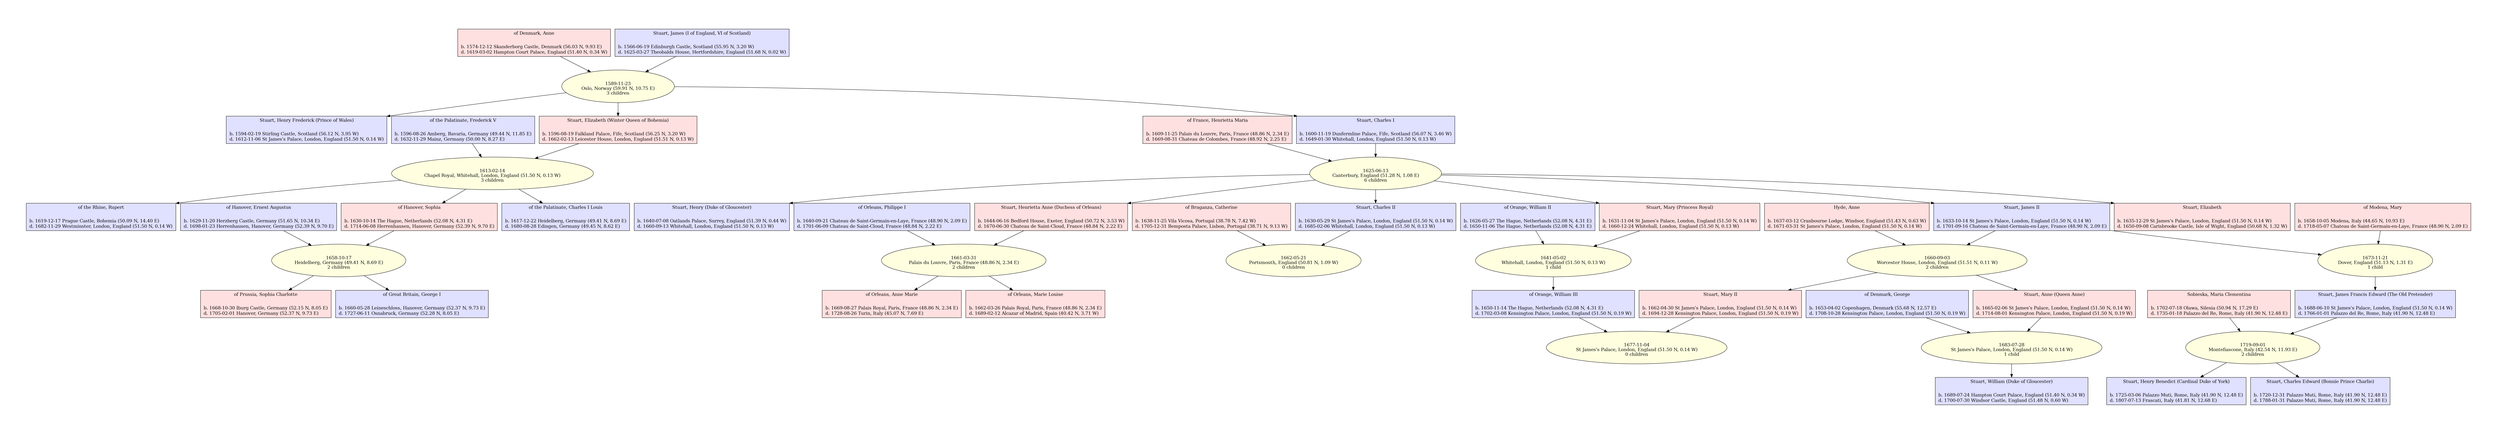
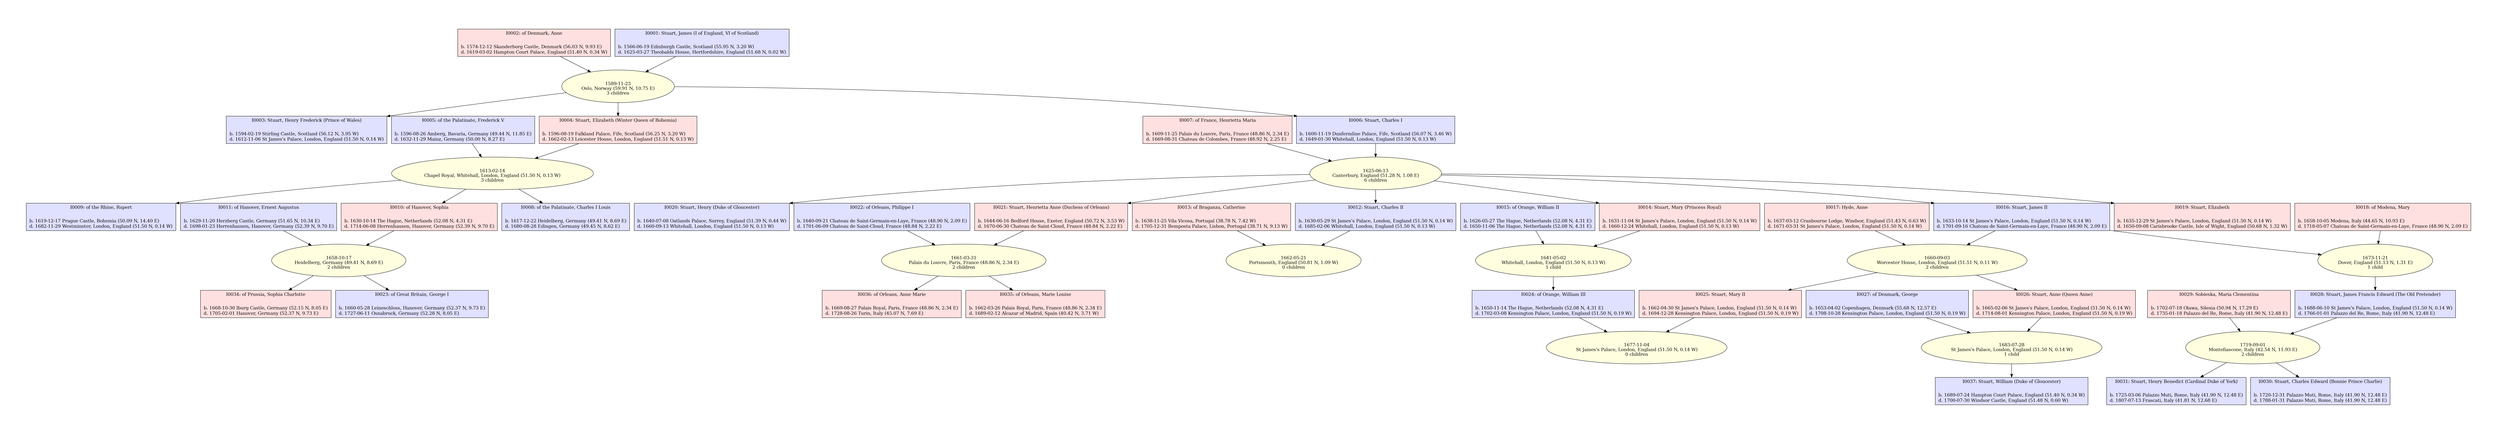
digraph GRAMPS_graph
{
  bgcolor=white;
  center="true";
  charset="utf8";
  concentrate="false";
  dpi="72";
  graph [fontsize=14];
  margin="1.00,1.00";
  mclimit="99";
  nodesep="0.20";
  outputorder="edgesfirst";
  pagedir="BL";
  rankdir="TB";
  ranksep="0.60";
  ratio="expand";
  searchsize="100";
  size="97.99,47.99";
  splines="true";

  edge [len=0.5 style=solid fontsize=14];
  node [style=filled fontsize=14];

# Number of people in database: 35
# Number of people of interest: 35
# Number of families in database: 12
# Number of families of interest: 12
# Additional people removed: 0
# Additional families removed: 0
# Initial list of people of interest:
# -> I0001, Stuart, James (I of England, VI of Scotland)
# -> I0023, of Great Britain, George I

-   "I0001" [ shape="box" fillcolor="#e0e0ff" style="solid,filled" all_marriages="F0001" label=<<TABLE BORDER="0" CELLSPACING="2" CELLPADDING="0" CELLBORDER="0"><TR><TD>Stuart, James (I of England, VI of Scotland)</TD></TR><TR><TD CELLPADDING="4"><BR/></TD></TR><TR><TD HREF="https://maps.google.com?q=55.9486,-3.1999" ALIGN="LEFT">b. 1566-06-19 Edinburgh Castle, Scotland (55.95 N, 3.20 W)</TD></TR><TR><TD HREF="https://maps.google.com?q=51.68,-0.02" ALIGN="LEFT">d. 1625-03-27 Theobalds House, Hertfordshire, England (51.68 N, 0.02 W)</TD></TR></TABLE>> ];
-   "I0002" [ shape="box" fillcolor="#ffe0e0" style="solid,filled" all_marriages="F0001" label=<<TABLE BORDER="0" CELLSPACING="2" CELLPADDING="0" CELLBORDER="0"><TR><TD>of Denmark, Anne</TD></TR><TR><TD CELLPADDING="4"><BR/></TD></TR><TR><TD HREF="https://maps.google.com?q=56.03,9.93" ALIGN="LEFT">b. 1574-12-12 Skanderborg Castle, Denmark (56.03 N, 9.93 E)</TD></TR><TR><TD HREF="https://maps.google.com?q=51.4039,-0.34" ALIGN="LEFT">d. 1619-03-02 Hampton Court Palace, England (51.40 N, 0.34 W)</TD></TR></TABLE>> ];
-   "I0003" [ shape="box" fillcolor="#e0e0ff" style="solid,filled" label=<<TABLE BORDER="0" CELLSPACING="2" CELLPADDING="0" CELLBORDER="0"><TR><TD>Stuart, Henry Frederick (Prince of Wales)</TD></TR><TR><TD CELLPADDING="4"><BR/></TD></TR><TR><TD HREF="https://maps.google.com?q=56.124,-3.948" ALIGN="LEFT">b. 1594-02-19 Stirling Castle, Scotland (56.12 N, 3.95 W)</TD></TR><TR><TD HREF="https://maps.google.com?q=51.5041,-0.1392" ALIGN="LEFT">d. 1612-11-06 St James's Palace, London, England (51.50 N, 0.14 W)</TD></TR></TABLE>> ];
-   "I0004" [ shape="box" fillcolor="#ffe0e0" style="solid,filled" all_marriages="F0002" label=<<TABLE BORDER="0" CELLSPACING="2" CELLPADDING="0" CELLBORDER="0"><TR><TD>Stuart, Elizabeth (Winter Queen of Bohemia)</TD></TR><TR><TD CELLPADDING="4"><BR/></TD></TR><TR><TD HREF="https://maps.google.com?q=56.25,-3.2" ALIGN="LEFT">b. 1596-08-19 Falkland Palace, Fife, Scotland (56.25 N, 3.20 W)</TD></TR><TR><TD HREF="https://maps.google.com?q=51.5116,-0.13" ALIGN="LEFT">d. 1662-02-13 Leicester House, London, England (51.51 N, 0.13 W)</TD></TR></TABLE>> ];
-   "I0005" [ shape="box" fillcolor="#e0e0ff" style="solid,filled" all_marriages="F0002" label=<<TABLE BORDER="0" CELLSPACING="2" CELLPADDING="0" CELLBORDER="0"><TR><TD>of the Palatinate, Frederick V</TD></TR><TR><TD CELLPADDING="4"><BR/></TD></TR><TR><TD HREF="https://maps.google.com?q=49.443,11.852" ALIGN="LEFT">b. 1596-08-26 Amberg, Bavaria, Germany (49.44 N, 11.85 E)</TD></TR><TR><TD HREF="https://maps.google.com?q=50.0,8.27" ALIGN="LEFT">d. 1632-11-29 Mainz, Germany (50.00 N, 8.27 E)</TD></TR></TABLE>> ];
-   "I0006" [ shape="box" fillcolor="#e0e0ff" style="solid,filled" all_marriages="F0003" label=<<TABLE BORDER="0" CELLSPACING="2" CELLPADDING="0" CELLBORDER="0"><TR><TD>Stuart, Charles I</TD></TR><TR><TD CELLPADDING="4"><BR/></TD></TR><TR><TD HREF="https://maps.google.com?q=56.07,-3.46" ALIGN="LEFT">b. 1600-11-19 Dunfermline Palace, Fife, Scotland (56.07 N, 3.46 W)</TD></TR><TR><TD HREF="https://maps.google.com?q=51.5033,-0.1276" ALIGN="LEFT">d. 1649-01-30 Whitehall, London, England (51.50 N, 0.13 W)</TD></TR></TABLE>> ];
-   "I0007" [ shape="box" fillcolor="#ffe0e0" style="solid,filled" all_marriages="F0003" label=<<TABLE BORDER="0" CELLSPACING="2" CELLPADDING="0" CELLBORDER="0"><TR><TD>of France, Henrietta Maria</TD></TR><TR><TD CELLPADDING="4"><BR/></TD></TR><TR><TD HREF="https://maps.google.com?q=48.8606,2.3376" ALIGN="LEFT">b. 1609-11-25 Palais du Louvre, Paris, France (48.86 N, 2.34 E)</TD></TR><TR><TD HREF="https://maps.google.com?q=48.92,2.25" ALIGN="LEFT">d. 1669-08-31 Chateau de Colombes, France (48.92 N, 2.25 E)</TD></TR></TABLE>> ];
-   "I0008" [ shape="box" fillcolor="#e0e0ff" style="solid,filled" label=<<TABLE BORDER="0" CELLSPACING="2" CELLPADDING="0" CELLBORDER="0"><TR><TD>of the Palatinate, Charles I Louis</TD></TR><TR><TD CELLPADDING="4"><BR/></TD></TR><TR><TD HREF="https://maps.google.com?q=49.4093,8.6941" ALIGN="LEFT">b. 1617-12-22 Heidelberg, Germany (49.41 N, 8.69 E)</TD></TR><TR><TD HREF="https://maps.google.com?q=49.45,8.62" ALIGN="LEFT">d. 1680-08-28 Edingen, Germany (49.45 N, 8.62 E)</TD></TR></TABLE>> ];
-   "I0009" [ shape="box" fillcolor="#e0e0ff" style="solid,filled" label=<<TABLE BORDER="0" CELLSPACING="2" CELLPADDING="0" CELLBORDER="0"><TR><TD>of the Rhine, Rupert</TD></TR><TR><TD CELLPADDING="4"><BR/></TD></TR><TR><TD HREF="https://maps.google.com?q=50.091,14.4" ALIGN="LEFT">b. 1619-12-17 Prague Castle, Bohemia (50.09 N, 14.40 E)</TD></TR><TR><TD HREF="https://maps.google.com?q=51.4975,-0.1357" ALIGN="LEFT">d. 1682-11-29 Westminster, London, England (51.50 N, 0.14 W)</TD></TR></TABLE>> ];
-   "I0010" [ shape="box" fillcolor="#ffe0e0" style="solid,filled" all_marriages="F0004" label=<<TABLE BORDER="0" CELLSPACING="2" CELLPADDING="0" CELLBORDER="0"><TR><TD>of Hanover, Sophia</TD></TR><TR><TD CELLPADDING="4"><BR/></TD></TR><TR><TD HREF="https://maps.google.com?q=52.08,4.31" ALIGN="LEFT">b. 1630-10-14 The Hague, Netherlands (52.08 N, 4.31 E)</TD></TR><TR><TD HREF="https://maps.google.com?q=52.39,9.7" ALIGN="LEFT">d. 1714-06-08 Herrenhausen, Hanover, Germany (52.39 N, 9.70 E)</TD></TR></TABLE>> ];
-   "I0011" [ shape="box" fillcolor="#e0e0ff" style="solid,filled" all_marriages="F0004" label=<<TABLE BORDER="0" CELLSPACING="2" CELLPADDING="0" CELLBORDER="0"><TR><TD>of Hanover, Ernest Augustus</TD></TR><TR><TD CELLPADDING="4"><BR/></TD></TR><TR><TD HREF="https://maps.google.com?q=51.65,10.34" ALIGN="LEFT">b. 1629-11-20 Herzberg Castle, Germany (51.65 N, 10.34 E)</TD></TR><TR><TD HREF="https://maps.google.com?q=52.39,9.7" ALIGN="LEFT">d. 1698-01-23 Herrenhausen, Hanover, Germany (52.39 N, 9.70 E)</TD></TR></TABLE>> ];
-   "I0012" [ shape="box" fillcolor="#e0e0ff" style="solid,filled" all_marriages="F0005" label=<<TABLE BORDER="0" CELLSPACING="2" CELLPADDING="0" CELLBORDER="0"><TR><TD>Stuart, Charles II</TD></TR><TR><TD CELLPADDING="4"><BR/></TD></TR><TR><TD HREF="https://maps.google.com?q=51.5041,-0.1392" ALIGN="LEFT">b. 1630-05-29 St James's Palace, London, England (51.50 N, 0.14 W)</TD></TR><TR><TD HREF="https://maps.google.com?q=51.5033,-0.1276" ALIGN="LEFT">d. 1685-02-06 Whitehall, London, England (51.50 N, 0.13 W)</TD></TR></TABLE>> ];
-   "I0013" [ shape="box" fillcolor="#ffe0e0" style="solid,filled" all_marriages="F0005" label=<<TABLE BORDER="0" CELLSPACING="2" CELLPADDING="0" CELLBORDER="0"><TR><TD>of Braganza, Catherine</TD></TR><TR><TD CELLPADDING="4"><BR/></TD></TR><TR><TD HREF="https://maps.google.com?q=38.78,-7.42" ALIGN="LEFT">b. 1638-11-25 Vila Vicosa, Portugal (38.78 N, 7.42 W)</TD></TR><TR><TD HREF="https://maps.google.com?q=38.71,-9.13" ALIGN="LEFT">d. 1705-12-31 Bemposta Palace, Lisbon, Portugal (38.71 N, 9.13 W)</TD></TR></TABLE>> ];
-   "I0014" [ shape="box" fillcolor="#ffe0e0" style="solid,filled" all_marriages="F0006" label=<<TABLE BORDER="0" CELLSPACING="2" CELLPADDING="0" CELLBORDER="0"><TR><TD>Stuart, Mary (Princess Royal)</TD></TR><TR><TD CELLPADDING="4"><BR/></TD></TR><TR><TD HREF="https://maps.google.com?q=51.5041,-0.1392" ALIGN="LEFT">b. 1631-11-04 St James's Palace, London, England (51.50 N, 0.14 W)</TD></TR><TR><TD HREF="https://maps.google.com?q=51.5033,-0.1276" ALIGN="LEFT">d. 1660-12-24 Whitehall, London, England (51.50 N, 0.13 W)</TD></TR></TABLE>> ];
-   "I0015" [ shape="box" fillcolor="#e0e0ff" style="solid,filled" all_marriages="F0006" label=<<TABLE BORDER="0" CELLSPACING="2" CELLPADDING="0" CELLBORDER="0"><TR><TD>of Orange, William II</TD></TR><TR><TD CELLPADDING="4"><BR/></TD></TR><TR><TD HREF="https://maps.google.com?q=52.08,4.31" ALIGN="LEFT">b. 1626-05-27 The Hague, Netherlands (52.08 N, 4.31 E)</TD></TR><TR><TD HREF="https://maps.google.com?q=52.08,4.31" ALIGN="LEFT">d. 1650-11-06 The Hague, Netherlands (52.08 N, 4.31 E)</TD></TR></TABLE>> ];
-   "I0016" [ shape="box" fillcolor="#e0e0ff" style="solid,filled" all_marriages="F0007, F0008" label=<<TABLE BORDER="0" CELLSPACING="2" CELLPADDING="0" CELLBORDER="0"><TR><TD>Stuart, James II</TD></TR><TR><TD CELLPADDING="4"><BR/></TD></TR><TR><TD HREF="https://maps.google.com?q=51.5041,-0.1392" ALIGN="LEFT">b. 1633-10-14 St James's Palace, London, England (51.50 N, 0.14 W)</TD></TR><TR><TD HREF="https://maps.google.com?q=48.8987,2.093" ALIGN="LEFT">d. 1701-09-16 Chateau de Saint-Germain-en-Laye, France (48.90 N, 2.09 E)</TD></TR></TABLE>> ];
-   "I0017" [ shape="box" fillcolor="#ffe0e0" style="solid,filled" all_marriages="F0007" label=<<TABLE BORDER="0" CELLSPACING="2" CELLPADDING="0" CELLBORDER="0"><TR><TD>Hyde, Anne</TD></TR><TR><TD CELLPADDING="4"><BR/></TD></TR><TR><TD HREF="https://maps.google.com?q=51.43,-0.63" ALIGN="LEFT">b. 1637-03-12 Cranbourne Lodge, Windsor, England (51.43 N, 0.63 W)</TD></TR><TR><TD HREF="https://maps.google.com?q=51.5041,-0.1392" ALIGN="LEFT">d. 1671-03-31 St James's Palace, London, England (51.50 N, 0.14 W)</TD></TR></TABLE>> ];
-   "I0018" [ shape="box" fillcolor="#ffe0e0" style="solid,filled" all_marriages="F0008" label=<<TABLE BORDER="0" CELLSPACING="2" CELLPADDING="0" CELLBORDER="0"><TR><TD>of Modena, Mary</TD></TR><TR><TD CELLPADDING="4"><BR/></TD></TR><TR><TD HREF="https://maps.google.com?q=44.6471,10.9252" ALIGN="LEFT">b. 1658-10-05 Modena, Italy (44.65 N, 10.93 E)</TD></TR><TR><TD HREF="https://maps.google.com?q=48.8987,2.093" ALIGN="LEFT">d. 1718-05-07 Chateau de Saint-Germain-en-Laye, France (48.90 N, 2.09 E)</TD></TR></TABLE>> ];
-   "I0019" [ shape="box" fillcolor="#ffe0e0" style="solid,filled" label=<<TABLE BORDER="0" CELLSPACING="2" CELLPADDING="0" CELLBORDER="0"><TR><TD>Stuart, Elizabeth</TD></TR><TR><TD CELLPADDING="4"><BR/></TD></TR><TR><TD HREF="https://maps.google.com?q=51.5041,-0.1392" ALIGN="LEFT">b. 1635-12-29 St James's Palace, London, England (51.50 N, 0.14 W)</TD></TR><TR><TD HREF="https://maps.google.com?q=50.682,-1.322" ALIGN="LEFT">d. 1650-09-08 Carisbrooke Castle, Isle of Wight, England (50.68 N, 1.32 W)</TD></TR></TABLE>> ];
-   "I0020" [ shape="box" fillcolor="#e0e0ff" style="solid,filled" label=<<TABLE BORDER="0" CELLSPACING="2" CELLPADDING="0" CELLBORDER="0"><TR><TD>Stuart, Henry (Duke of Gloucester)</TD></TR><TR><TD CELLPADDING="4"><BR/></TD></TR><TR><TD HREF="https://maps.google.com?q=51.39,-0.44" ALIGN="LEFT">b. 1640-07-08 Oatlands Palace, Surrey, England (51.39 N, 0.44 W)</TD></TR><TR><TD HREF="https://maps.google.com?q=51.5033,-0.1276" ALIGN="LEFT">d. 1660-09-13 Whitehall, London, England (51.50 N, 0.13 W)</TD></TR></TABLE>> ];
-   "I0021" [ shape="box" fillcolor="#ffe0e0" style="solid,filled" all_marriages="F0009" label=<<TABLE BORDER="0" CELLSPACING="2" CELLPADDING="0" CELLBORDER="0"><TR><TD>Stuart, Henrietta Anne (Duchess of Orleans)</TD></TR><TR><TD CELLPADDING="4"><BR/></TD></TR><TR><TD HREF="https://maps.google.com?q=50.7236,-3.5339" ALIGN="LEFT">b. 1644-06-16 Bedford House, Exeter, England (50.72 N, 3.53 W)</TD></TR><TR><TD HREF="https://maps.google.com?q=48.842,2.219" ALIGN="LEFT">d. 1670-06-30 Chateau de Saint-Cloud, France (48.84 N, 2.22 E)</TD></TR></TABLE>> ];
-   "I0022" [ shape="box" fillcolor="#e0e0ff" style="solid,filled" all_marriages="F0009" label=<<TABLE BORDER="0" CELLSPACING="2" CELLPADDING="0" CELLBORDER="0"><TR><TD>of Orleans, Philippe I</TD></TR><TR><TD CELLPADDING="4"><BR/></TD></TR><TR><TD HREF="https://maps.google.com?q=48.8987,2.093" ALIGN="LEFT">b. 1640-09-21 Chateau de Saint-Germain-en-Laye, France (48.90 N, 2.09 E)</TD></TR><TR><TD HREF="https://maps.google.com?q=48.842,2.219" ALIGN="LEFT">d. 1701-06-09 Chateau de Saint-Cloud, France (48.84 N, 2.22 E)</TD></TR></TABLE>> ];
-   "I0023" [ shape="box" fillcolor="#e0e0ff" style="solid,filled" label=<<TABLE BORDER="0" CELLSPACING="2" CELLPADDING="0" CELLBORDER="0"><TR><TD>of Great Britain, George I</TD></TR><TR><TD CELLPADDING="4"><BR/></TD></TR><TR><TD HREF="https://maps.google.com?q=52.37,9.73" ALIGN="LEFT">b. 1660-05-28 Leineschloss, Hanover, Germany (52.37 N, 9.73 E)</TD></TR><TR><TD HREF="https://maps.google.com?q=52.28,8.05" ALIGN="LEFT">d. 1727-06-11 Osnabruck, Germany (52.28 N, 8.05 E)</TD></TR></TABLE>> ];
-   "I0024" [ shape="box" fillcolor="#e0e0ff" style="solid,filled" all_marriages="F0010" label=<<TABLE BORDER="0" CELLSPACING="2" CELLPADDING="0" CELLBORDER="0"><TR><TD>of Orange, William III</TD></TR><TR><TD CELLPADDING="4"><BR/></TD></TR><TR><TD HREF="https://maps.google.com?q=52.08,4.31" ALIGN="LEFT">b. 1650-11-14 The Hague, Netherlands (52.08 N, 4.31 E)</TD></TR><TR><TD HREF="https://maps.google.com?q=51.502,-0.187" ALIGN="LEFT">d. 1702-03-08 Kensington Palace, London, England (51.50 N, 0.19 W)</TD></TR></TABLE>> ];
-   "I0025" [ shape="box" fillcolor="#ffe0e0" style="solid,filled" all_marriages="F0010" label=<<TABLE BORDER="0" CELLSPACING="2" CELLPADDING="0" CELLBORDER="0"><TR><TD>Stuart, Mary II</TD></TR><TR><TD CELLPADDING="4"><BR/></TD></TR><TR><TD HREF="https://maps.google.com?q=51.5041,-0.1392" ALIGN="LEFT">b. 1662-04-30 St James's Palace, London, England (51.50 N, 0.14 W)</TD></TR><TR><TD HREF="https://maps.google.com?q=51.502,-0.187" ALIGN="LEFT">d. 1694-12-28 Kensington Palace, London, England (51.50 N, 0.19 W)</TD></TR></TABLE>> ];
-   "I0026" [ shape="box" fillcolor="#ffe0e0" style="solid,filled" all_marriages="F0011" label=<<TABLE BORDER="0" CELLSPACING="2" CELLPADDING="0" CELLBORDER="0"><TR><TD>Stuart, Anne (Queen Anne)</TD></TR><TR><TD CELLPADDING="4"><BR/></TD></TR><TR><TD HREF="https://maps.google.com?q=51.5041,-0.1392" ALIGN="LEFT">b. 1665-02-06 St James's Palace, London, England (51.50 N, 0.14 W)</TD></TR><TR><TD HREF="https://maps.google.com?q=51.502,-0.187" ALIGN="LEFT">d. 1714-08-01 Kensington Palace, London, England (51.50 N, 0.19 W)</TD></TR></TABLE>> ];
-   "I0027" [ shape="box" fillcolor="#e0e0ff" style="solid,filled" all_marriages="F0011" label=<<TABLE BORDER="0" CELLSPACING="2" CELLPADDING="0" CELLBORDER="0"><TR><TD>of Denmark, George</TD></TR><TR><TD CELLPADDING="4"><BR/></TD></TR><TR><TD HREF="https://maps.google.com?q=55.6761,12.5683" ALIGN="LEFT">b. 1653-04-02 Copenhagen, Denmark (55.68 N, 12.57 E)</TD></TR><TR><TD HREF="https://maps.google.com?q=51.502,-0.187" ALIGN="LEFT">d. 1708-10-28 Kensington Palace, London, England (51.50 N, 0.19 W)</TD></TR></TABLE>> ];
-   "I0028" [ shape="box" fillcolor="#e0e0ff" style="solid,filled" all_marriages="F0012" label=<<TABLE BORDER="0" CELLSPACING="2" CELLPADDING="0" CELLBORDER="0"><TR><TD>Stuart, James Francis Edward (The Old Pretender)</TD></TR><TR><TD CELLPADDING="4"><BR/></TD></TR><TR><TD HREF="https://maps.google.com?q=51.5041,-0.1392" ALIGN="LEFT">b. 1688-06-10 St James's Palace, London, England (51.50 N, 0.14 W)</TD></TR><TR><TD HREF="https://maps.google.com?q=41.901,12.483" ALIGN="LEFT">d. 1766-01-01 Palazzo del Re, Rome, Italy (41.90 N, 12.48 E)</TD></TR></TABLE>> ];
-   "I0029" [ shape="box" fillcolor="#ffe0e0" style="solid,filled" all_marriages="F0012" label=<<TABLE BORDER="0" CELLSPACING="2" CELLPADDING="0" CELLBORDER="0"><TR><TD>Sobieska, Maria Clementina</TD></TR><TR><TD CELLPADDING="4"><BR/></TD></TR><TR><TD HREF="https://maps.google.com?q=50.94,17.29" ALIGN="LEFT">b. 1702-07-18 Olawa, Silesia (50.94 N, 17.29 E)</TD></TR><TR><TD HREF="https://maps.google.com?q=41.901,12.483" ALIGN="LEFT">d. 1735-01-18 Palazzo del Re, Rome, Italy (41.90 N, 12.48 E)</TD></TR></TABLE>> ];
-   "I0030" [ shape="box" fillcolor="#e0e0ff" style="solid,filled" label=<<TABLE BORDER="0" CELLSPACING="2" CELLPADDING="0" CELLBORDER="0"><TR><TD>Stuart, Charles Edward (Bonnie Prince Charlie)</TD></TR><TR><TD CELLPADDING="4"><BR/></TD></TR><TR><TD HREF="https://maps.google.com?q=41.899,12.48" ALIGN="LEFT">b. 1720-12-31 Palazzo Muti, Rome, Italy (41.90 N, 12.48 E)</TD></TR><TR><TD HREF="https://maps.google.com?q=41.899,12.48" ALIGN="LEFT">d. 1788-01-31 Palazzo Muti, Rome, Italy (41.90 N, 12.48 E)</TD></TR></TABLE>> ];
-   "I0031" [ shape="box" fillcolor="#e0e0ff" style="solid,filled" label=<<TABLE BORDER="0" CELLSPACING="2" CELLPADDING="0" CELLBORDER="0"><TR><TD>Stuart, Henry Benedict (Cardinal Duke of York)</TD></TR><TR><TD CELLPADDING="4"><BR/></TD></TR><TR><TD HREF="https://maps.google.com?q=41.899,12.48" ALIGN="LEFT">b. 1725-03-06 Palazzo Muti, Rome, Italy (41.90 N, 12.48 E)</TD></TR><TR><TD HREF="https://maps.google.com?q=41.808,12.68" ALIGN="LEFT">d. 1807-07-13 Frascati, Italy (41.81 N, 12.68 E)</TD></TR></TABLE>> ];
-   "I0034" [ shape="box" fillcolor="#ffe0e0" style="solid,filled" label=<<TABLE BORDER="0" CELLSPACING="2" CELLPADDING="0" CELLBORDER="0"><TR><TD>of Prussia, Sophia Charlotte</TD></TR><TR><TD CELLPADDING="4"><BR/></TD></TR><TR><TD HREF="https://maps.google.com?q=52.15,8.05" ALIGN="LEFT">b. 1668-10-30 Iburg Castle, Germany (52.15 N, 8.05 E)</TD></TR><TR><TD HREF="https://maps.google.com?q=52.37,9.73" ALIGN="LEFT">d. 1705-02-01 Hanover, Germany (52.37 N, 9.73 E)</TD></TR></TABLE>> ];
-   "I0035" [ shape="box" fillcolor="#ffe0e0" style="solid,filled" label=<<TABLE BORDER="0" CELLSPACING="2" CELLPADDING="0" CELLBORDER="0"><TR><TD>of Orleans, Marie Louise</TD></TR><TR><TD CELLPADDING="4"><BR/></TD></TR><TR><TD HREF="https://maps.google.com?q=48.8637,2.3376" ALIGN="LEFT">b. 1662-03-26 Palais Royal, Paris, France (48.86 N, 2.34 E)</TD></TR><TR><TD HREF="https://maps.google.com?q=40.4155,-3.714" ALIGN="LEFT">d. 1689-02-12 Alcazar of Madrid, Spain (40.42 N, 3.71 W)</TD></TR></TABLE>> ];
-   "I0036" [ shape="box" fillcolor="#ffe0e0" style="solid,filled" label=<<TABLE BORDER="0" CELLSPACING="2" CELLPADDING="0" CELLBORDER="0"><TR><TD>of Orleans, Anne Marie</TD></TR><TR><TD CELLPADDING="4"><BR/></TD></TR><TR><TD HREF="https://maps.google.com?q=48.8637,2.3376" ALIGN="LEFT">b. 1669-08-27 Palais Royal, Paris, France (48.86 N, 2.34 E)</TD></TR><TR><TD HREF="https://maps.google.com?q=45.0703,7.6869" ALIGN="LEFT">d. 1728-08-26 Turin, Italy (45.07 N, 7.69 E)</TD></TR></TABLE>> ];
-   "I0037" [ shape="box" fillcolor="#e0e0ff" style="solid,filled" label=<<TABLE BORDER="0" CELLSPACING="2" CELLPADDING="0" CELLBORDER="0"><TR><TD>Stuart, William (Duke of Gloucester)</TD></TR><TR><TD CELLPADDING="4"><BR/></TD></TR><TR><TD HREF="https://maps.google.com?q=51.4039,-0.34" ALIGN="LEFT">b. 1689-07-24 Hampton Court Palace, England (51.40 N, 0.34 W)</TD></TR><TR><TD HREF="https://maps.google.com?q=51.4839,-0.6044" ALIGN="LEFT">d. 1700-07-30 Windsor Castle, England (51.48 N, 0.60 W)</TD></TR></TABLE>> ];
+   "I0001" [ shape="box" fillcolor="#e0e0ff" style="solid,filled" all_marriages="F0001" label=<<TABLE BORDER="0" CELLSPACING="2" CELLPADDING="0" CELLBORDER="0"><TR><TD>I0001: Stuart, James (I of England, VI of Scotland)</TD></TR><TR><TD CELLPADDING="4"><BR/></TD></TR><TR><TD HREF="https://maps.google.com?q=55.9486,-3.1999" ALIGN="LEFT">b. 1566-06-19 Edinburgh Castle, Scotland (55.95 N, 3.20 W)</TD></TR><TR><TD HREF="https://maps.google.com?q=51.68,-0.02" ALIGN="LEFT">d. 1625-03-27 Theobalds House, Hertfordshire, England (51.68 N, 0.02 W)</TD></TR></TABLE>> ];
+   "I0002" [ shape="box" fillcolor="#ffe0e0" style="solid,filled" all_marriages="F0001" label=<<TABLE BORDER="0" CELLSPACING="2" CELLPADDING="0" CELLBORDER="0"><TR><TD>I0002: of Denmark, Anne</TD></TR><TR><TD CELLPADDING="4"><BR/></TD></TR><TR><TD HREF="https://maps.google.com?q=56.03,9.93" ALIGN="LEFT">b. 1574-12-12 Skanderborg Castle, Denmark (56.03 N, 9.93 E)</TD></TR><TR><TD HREF="https://maps.google.com?q=51.4039,-0.34" ALIGN="LEFT">d. 1619-03-02 Hampton Court Palace, England (51.40 N, 0.34 W)</TD></TR></TABLE>> ];
+   "I0003" [ shape="box" fillcolor="#e0e0ff" style="solid,filled" label=<<TABLE BORDER="0" CELLSPACING="2" CELLPADDING="0" CELLBORDER="0"><TR><TD>I0003: Stuart, Henry Frederick (Prince of Wales)</TD></TR><TR><TD CELLPADDING="4"><BR/></TD></TR><TR><TD HREF="https://maps.google.com?q=56.124,-3.948" ALIGN="LEFT">b. 1594-02-19 Stirling Castle, Scotland (56.12 N, 3.95 W)</TD></TR><TR><TD HREF="https://maps.google.com?q=51.5041,-0.1392" ALIGN="LEFT">d. 1612-11-06 St James's Palace, London, England (51.50 N, 0.14 W)</TD></TR></TABLE>> ];
+   "I0004" [ shape="box" fillcolor="#ffe0e0" style="solid,filled" all_marriages="F0002" label=<<TABLE BORDER="0" CELLSPACING="2" CELLPADDING="0" CELLBORDER="0"><TR><TD>I0004: Stuart, Elizabeth (Winter Queen of Bohemia)</TD></TR><TR><TD CELLPADDING="4"><BR/></TD></TR><TR><TD HREF="https://maps.google.com?q=56.25,-3.2" ALIGN="LEFT">b. 1596-08-19 Falkland Palace, Fife, Scotland (56.25 N, 3.20 W)</TD></TR><TR><TD HREF="https://maps.google.com?q=51.5116,-0.13" ALIGN="LEFT">d. 1662-02-13 Leicester House, London, England (51.51 N, 0.13 W)</TD></TR></TABLE>> ];
+   "I0005" [ shape="box" fillcolor="#e0e0ff" style="solid,filled" all_marriages="F0002" label=<<TABLE BORDER="0" CELLSPACING="2" CELLPADDING="0" CELLBORDER="0"><TR><TD>I0005: of the Palatinate, Frederick V</TD></TR><TR><TD CELLPADDING="4"><BR/></TD></TR><TR><TD HREF="https://maps.google.com?q=49.443,11.852" ALIGN="LEFT">b. 1596-08-26 Amberg, Bavaria, Germany (49.44 N, 11.85 E)</TD></TR><TR><TD HREF="https://maps.google.com?q=50.0,8.27" ALIGN="LEFT">d. 1632-11-29 Mainz, Germany (50.00 N, 8.27 E)</TD></TR></TABLE>> ];
+   "I0006" [ shape="box" fillcolor="#e0e0ff" style="solid,filled" all_marriages="F0003" label=<<TABLE BORDER="0" CELLSPACING="2" CELLPADDING="0" CELLBORDER="0"><TR><TD>I0006: Stuart, Charles I</TD></TR><TR><TD CELLPADDING="4"><BR/></TD></TR><TR><TD HREF="https://maps.google.com?q=56.07,-3.46" ALIGN="LEFT">b. 1600-11-19 Dunfermline Palace, Fife, Scotland (56.07 N, 3.46 W)</TD></TR><TR><TD HREF="https://maps.google.com?q=51.5033,-0.1276" ALIGN="LEFT">d. 1649-01-30 Whitehall, London, England (51.50 N, 0.13 W)</TD></TR></TABLE>> ];
+   "I0007" [ shape="box" fillcolor="#ffe0e0" style="solid,filled" all_marriages="F0003" label=<<TABLE BORDER="0" CELLSPACING="2" CELLPADDING="0" CELLBORDER="0"><TR><TD>I0007: of France, Henrietta Maria</TD></TR><TR><TD CELLPADDING="4"><BR/></TD></TR><TR><TD HREF="https://maps.google.com?q=48.8606,2.3376" ALIGN="LEFT">b. 1609-11-25 Palais du Louvre, Paris, France (48.86 N, 2.34 E)</TD></TR><TR><TD HREF="https://maps.google.com?q=48.92,2.25" ALIGN="LEFT">d. 1669-08-31 Chateau de Colombes, France (48.92 N, 2.25 E)</TD></TR></TABLE>> ];
+   "I0008" [ shape="box" fillcolor="#e0e0ff" style="solid,filled" label=<<TABLE BORDER="0" CELLSPACING="2" CELLPADDING="0" CELLBORDER="0"><TR><TD>I0008: of the Palatinate, Charles I Louis</TD></TR><TR><TD CELLPADDING="4"><BR/></TD></TR><TR><TD HREF="https://maps.google.com?q=49.4093,8.6941" ALIGN="LEFT">b. 1617-12-22 Heidelberg, Germany (49.41 N, 8.69 E)</TD></TR><TR><TD HREF="https://maps.google.com?q=49.45,8.62" ALIGN="LEFT">d. 1680-08-28 Edingen, Germany (49.45 N, 8.62 E)</TD></TR></TABLE>> ];
+   "I0009" [ shape="box" fillcolor="#e0e0ff" style="solid,filled" label=<<TABLE BORDER="0" CELLSPACING="2" CELLPADDING="0" CELLBORDER="0"><TR><TD>I0009: of the Rhine, Rupert</TD></TR><TR><TD CELLPADDING="4"><BR/></TD></TR><TR><TD HREF="https://maps.google.com?q=50.091,14.4" ALIGN="LEFT">b. 1619-12-17 Prague Castle, Bohemia (50.09 N, 14.40 E)</TD></TR><TR><TD HREF="https://maps.google.com?q=51.4975,-0.1357" ALIGN="LEFT">d. 1682-11-29 Westminster, London, England (51.50 N, 0.14 W)</TD></TR></TABLE>> ];
+   "I0010" [ shape="box" fillcolor="#ffe0e0" style="solid,filled" all_marriages="F0004" label=<<TABLE BORDER="0" CELLSPACING="2" CELLPADDING="0" CELLBORDER="0"><TR><TD>I0010: of Hanover, Sophia</TD></TR><TR><TD CELLPADDING="4"><BR/></TD></TR><TR><TD HREF="https://maps.google.com?q=52.08,4.31" ALIGN="LEFT">b. 1630-10-14 The Hague, Netherlands (52.08 N, 4.31 E)</TD></TR><TR><TD HREF="https://maps.google.com?q=52.39,9.7" ALIGN="LEFT">d. 1714-06-08 Herrenhausen, Hanover, Germany (52.39 N, 9.70 E)</TD></TR></TABLE>> ];
+   "I0011" [ shape="box" fillcolor="#e0e0ff" style="solid,filled" all_marriages="F0004" label=<<TABLE BORDER="0" CELLSPACING="2" CELLPADDING="0" CELLBORDER="0"><TR><TD>I0011: of Hanover, Ernest Augustus</TD></TR><TR><TD CELLPADDING="4"><BR/></TD></TR><TR><TD HREF="https://maps.google.com?q=51.65,10.34" ALIGN="LEFT">b. 1629-11-20 Herzberg Castle, Germany (51.65 N, 10.34 E)</TD></TR><TR><TD HREF="https://maps.google.com?q=52.39,9.7" ALIGN="LEFT">d. 1698-01-23 Herrenhausen, Hanover, Germany (52.39 N, 9.70 E)</TD></TR></TABLE>> ];
+   "I0012" [ shape="box" fillcolor="#e0e0ff" style="solid,filled" all_marriages="F0005" label=<<TABLE BORDER="0" CELLSPACING="2" CELLPADDING="0" CELLBORDER="0"><TR><TD>I0012: Stuart, Charles II</TD></TR><TR><TD CELLPADDING="4"><BR/></TD></TR><TR><TD HREF="https://maps.google.com?q=51.5041,-0.1392" ALIGN="LEFT">b. 1630-05-29 St James's Palace, London, England (51.50 N, 0.14 W)</TD></TR><TR><TD HREF="https://maps.google.com?q=51.5033,-0.1276" ALIGN="LEFT">d. 1685-02-06 Whitehall, London, England (51.50 N, 0.13 W)</TD></TR></TABLE>> ];
+   "I0013" [ shape="box" fillcolor="#ffe0e0" style="solid,filled" all_marriages="F0005" label=<<TABLE BORDER="0" CELLSPACING="2" CELLPADDING="0" CELLBORDER="0"><TR><TD>I0013: of Braganza, Catherine</TD></TR><TR><TD CELLPADDING="4"><BR/></TD></TR><TR><TD HREF="https://maps.google.com?q=38.78,-7.42" ALIGN="LEFT">b. 1638-11-25 Vila Vicosa, Portugal (38.78 N, 7.42 W)</TD></TR><TR><TD HREF="https://maps.google.com?q=38.71,-9.13" ALIGN="LEFT">d. 1705-12-31 Bemposta Palace, Lisbon, Portugal (38.71 N, 9.13 W)</TD></TR></TABLE>> ];
+   "I0014" [ shape="box" fillcolor="#ffe0e0" style="solid,filled" all_marriages="F0006" label=<<TABLE BORDER="0" CELLSPACING="2" CELLPADDING="0" CELLBORDER="0"><TR><TD>I0014: Stuart, Mary (Princess Royal)</TD></TR><TR><TD CELLPADDING="4"><BR/></TD></TR><TR><TD HREF="https://maps.google.com?q=51.5041,-0.1392" ALIGN="LEFT">b. 1631-11-04 St James's Palace, London, England (51.50 N, 0.14 W)</TD></TR><TR><TD HREF="https://maps.google.com?q=51.5033,-0.1276" ALIGN="LEFT">d. 1660-12-24 Whitehall, London, England (51.50 N, 0.13 W)</TD></TR></TABLE>> ];
+   "I0015" [ shape="box" fillcolor="#e0e0ff" style="solid,filled" all_marriages="F0006" label=<<TABLE BORDER="0" CELLSPACING="2" CELLPADDING="0" CELLBORDER="0"><TR><TD>I0015: of Orange, William II</TD></TR><TR><TD CELLPADDING="4"><BR/></TD></TR><TR><TD HREF="https://maps.google.com?q=52.08,4.31" ALIGN="LEFT">b. 1626-05-27 The Hague, Netherlands (52.08 N, 4.31 E)</TD></TR><TR><TD HREF="https://maps.google.com?q=52.08,4.31" ALIGN="LEFT">d. 1650-11-06 The Hague, Netherlands (52.08 N, 4.31 E)</TD></TR></TABLE>> ];
+   "I0016" [ shape="box" fillcolor="#e0e0ff" style="solid,filled" all_marriages="F0007, F0008" label=<<TABLE BORDER="0" CELLSPACING="2" CELLPADDING="0" CELLBORDER="0"><TR><TD>I0016: Stuart, James II</TD></TR><TR><TD CELLPADDING="4"><BR/></TD></TR><TR><TD HREF="https://maps.google.com?q=51.5041,-0.1392" ALIGN="LEFT">b. 1633-10-14 St James's Palace, London, England (51.50 N, 0.14 W)</TD></TR><TR><TD HREF="https://maps.google.com?q=48.8987,2.093" ALIGN="LEFT">d. 1701-09-16 Chateau de Saint-Germain-en-Laye, France (48.90 N, 2.09 E)</TD></TR></TABLE>> ];
+   "I0017" [ shape="box" fillcolor="#ffe0e0" style="solid,filled" all_marriages="F0007" label=<<TABLE BORDER="0" CELLSPACING="2" CELLPADDING="0" CELLBORDER="0"><TR><TD>I0017: Hyde, Anne</TD></TR><TR><TD CELLPADDING="4"><BR/></TD></TR><TR><TD HREF="https://maps.google.com?q=51.43,-0.63" ALIGN="LEFT">b. 1637-03-12 Cranbourne Lodge, Windsor, England (51.43 N, 0.63 W)</TD></TR><TR><TD HREF="https://maps.google.com?q=51.5041,-0.1392" ALIGN="LEFT">d. 1671-03-31 St James's Palace, London, England (51.50 N, 0.14 W)</TD></TR></TABLE>> ];
+   "I0018" [ shape="box" fillcolor="#ffe0e0" style="solid,filled" all_marriages="F0008" label=<<TABLE BORDER="0" CELLSPACING="2" CELLPADDING="0" CELLBORDER="0"><TR><TD>I0018: of Modena, Mary</TD></TR><TR><TD CELLPADDING="4"><BR/></TD></TR><TR><TD HREF="https://maps.google.com?q=44.6471,10.9252" ALIGN="LEFT">b. 1658-10-05 Modena, Italy (44.65 N, 10.93 E)</TD></TR><TR><TD HREF="https://maps.google.com?q=48.8987,2.093" ALIGN="LEFT">d. 1718-05-07 Chateau de Saint-Germain-en-Laye, France (48.90 N, 2.09 E)</TD></TR></TABLE>> ];
+   "I0019" [ shape="box" fillcolor="#ffe0e0" style="solid,filled" label=<<TABLE BORDER="0" CELLSPACING="2" CELLPADDING="0" CELLBORDER="0"><TR><TD>I0019: Stuart, Elizabeth</TD></TR><TR><TD CELLPADDING="4"><BR/></TD></TR><TR><TD HREF="https://maps.google.com?q=51.5041,-0.1392" ALIGN="LEFT">b. 1635-12-29 St James's Palace, London, England (51.50 N, 0.14 W)</TD></TR><TR><TD HREF="https://maps.google.com?q=50.682,-1.322" ALIGN="LEFT">d. 1650-09-08 Carisbrooke Castle, Isle of Wight, England (50.68 N, 1.32 W)</TD></TR></TABLE>> ];
+   "I0020" [ shape="box" fillcolor="#e0e0ff" style="solid,filled" label=<<TABLE BORDER="0" CELLSPACING="2" CELLPADDING="0" CELLBORDER="0"><TR><TD>I0020: Stuart, Henry (Duke of Gloucester)</TD></TR><TR><TD CELLPADDING="4"><BR/></TD></TR><TR><TD HREF="https://maps.google.com?q=51.39,-0.44" ALIGN="LEFT">b. 1640-07-08 Oatlands Palace, Surrey, England (51.39 N, 0.44 W)</TD></TR><TR><TD HREF="https://maps.google.com?q=51.5033,-0.1276" ALIGN="LEFT">d. 1660-09-13 Whitehall, London, England (51.50 N, 0.13 W)</TD></TR></TABLE>> ];
+   "I0021" [ shape="box" fillcolor="#ffe0e0" style="solid,filled" all_marriages="F0009" label=<<TABLE BORDER="0" CELLSPACING="2" CELLPADDING="0" CELLBORDER="0"><TR><TD>I0021: Stuart, Henrietta Anne (Duchess of Orleans)</TD></TR><TR><TD CELLPADDING="4"><BR/></TD></TR><TR><TD HREF="https://maps.google.com?q=50.7236,-3.5339" ALIGN="LEFT">b. 1644-06-16 Bedford House, Exeter, England (50.72 N, 3.53 W)</TD></TR><TR><TD HREF="https://maps.google.com?q=48.842,2.219" ALIGN="LEFT">d. 1670-06-30 Chateau de Saint-Cloud, France (48.84 N, 2.22 E)</TD></TR></TABLE>> ];
+   "I0022" [ shape="box" fillcolor="#e0e0ff" style="solid,filled" all_marriages="F0009" label=<<TABLE BORDER="0" CELLSPACING="2" CELLPADDING="0" CELLBORDER="0"><TR><TD>I0022: of Orleans, Philippe I</TD></TR><TR><TD CELLPADDING="4"><BR/></TD></TR><TR><TD HREF="https://maps.google.com?q=48.8987,2.093" ALIGN="LEFT">b. 1640-09-21 Chateau de Saint-Germain-en-Laye, France (48.90 N, 2.09 E)</TD></TR><TR><TD HREF="https://maps.google.com?q=48.842,2.219" ALIGN="LEFT">d. 1701-06-09 Chateau de Saint-Cloud, France (48.84 N, 2.22 E)</TD></TR></TABLE>> ];
+   "I0023" [ shape="box" fillcolor="#e0e0ff" style="solid,filled" label=<<TABLE BORDER="0" CELLSPACING="2" CELLPADDING="0" CELLBORDER="0"><TR><TD>I0023: of Great Britain, George I</TD></TR><TR><TD CELLPADDING="4"><BR/></TD></TR><TR><TD HREF="https://maps.google.com?q=52.37,9.73" ALIGN="LEFT">b. 1660-05-28 Leineschloss, Hanover, Germany (52.37 N, 9.73 E)</TD></TR><TR><TD HREF="https://maps.google.com?q=52.28,8.05" ALIGN="LEFT">d. 1727-06-11 Osnabruck, Germany (52.28 N, 8.05 E)</TD></TR></TABLE>> ];
+   "I0024" [ shape="box" fillcolor="#e0e0ff" style="solid,filled" all_marriages="F0010" label=<<TABLE BORDER="0" CELLSPACING="2" CELLPADDING="0" CELLBORDER="0"><TR><TD>I0024: of Orange, William III</TD></TR><TR><TD CELLPADDING="4"><BR/></TD></TR><TR><TD HREF="https://maps.google.com?q=52.08,4.31" ALIGN="LEFT">b. 1650-11-14 The Hague, Netherlands (52.08 N, 4.31 E)</TD></TR><TR><TD HREF="https://maps.google.com?q=51.502,-0.187" ALIGN="LEFT">d. 1702-03-08 Kensington Palace, London, England (51.50 N, 0.19 W)</TD></TR></TABLE>> ];
+   "I0025" [ shape="box" fillcolor="#ffe0e0" style="solid,filled" all_marriages="F0010" label=<<TABLE BORDER="0" CELLSPACING="2" CELLPADDING="0" CELLBORDER="0"><TR><TD>I0025: Stuart, Mary II</TD></TR><TR><TD CELLPADDING="4"><BR/></TD></TR><TR><TD HREF="https://maps.google.com?q=51.5041,-0.1392" ALIGN="LEFT">b. 1662-04-30 St James's Palace, London, England (51.50 N, 0.14 W)</TD></TR><TR><TD HREF="https://maps.google.com?q=51.502,-0.187" ALIGN="LEFT">d. 1694-12-28 Kensington Palace, London, England (51.50 N, 0.19 W)</TD></TR></TABLE>> ];
+   "I0026" [ shape="box" fillcolor="#ffe0e0" style="solid,filled" all_marriages="F0011" label=<<TABLE BORDER="0" CELLSPACING="2" CELLPADDING="0" CELLBORDER="0"><TR><TD>I0026: Stuart, Anne (Queen Anne)</TD></TR><TR><TD CELLPADDING="4"><BR/></TD></TR><TR><TD HREF="https://maps.google.com?q=51.5041,-0.1392" ALIGN="LEFT">b. 1665-02-06 St James's Palace, London, England (51.50 N, 0.14 W)</TD></TR><TR><TD HREF="https://maps.google.com?q=51.502,-0.187" ALIGN="LEFT">d. 1714-08-01 Kensington Palace, London, England (51.50 N, 0.19 W)</TD></TR></TABLE>> ];
+   "I0027" [ shape="box" fillcolor="#e0e0ff" style="solid,filled" all_marriages="F0011" label=<<TABLE BORDER="0" CELLSPACING="2" CELLPADDING="0" CELLBORDER="0"><TR><TD>I0027: of Denmark, George</TD></TR><TR><TD CELLPADDING="4"><BR/></TD></TR><TR><TD HREF="https://maps.google.com?q=55.6761,12.5683" ALIGN="LEFT">b. 1653-04-02 Copenhagen, Denmark (55.68 N, 12.57 E)</TD></TR><TR><TD HREF="https://maps.google.com?q=51.502,-0.187" ALIGN="LEFT">d. 1708-10-28 Kensington Palace, London, England (51.50 N, 0.19 W)</TD></TR></TABLE>> ];
+   "I0028" [ shape="box" fillcolor="#e0e0ff" style="solid,filled" all_marriages="F0012" label=<<TABLE BORDER="0" CELLSPACING="2" CELLPADDING="0" CELLBORDER="0"><TR><TD>I0028: Stuart, James Francis Edward (The Old Pretender)</TD></TR><TR><TD CELLPADDING="4"><BR/></TD></TR><TR><TD HREF="https://maps.google.com?q=51.5041,-0.1392" ALIGN="LEFT">b. 1688-06-10 St James's Palace, London, England (51.50 N, 0.14 W)</TD></TR><TR><TD HREF="https://maps.google.com?q=41.901,12.483" ALIGN="LEFT">d. 1766-01-01 Palazzo del Re, Rome, Italy (41.90 N, 12.48 E)</TD></TR></TABLE>> ];
+   "I0029" [ shape="box" fillcolor="#ffe0e0" style="solid,filled" all_marriages="F0012" label=<<TABLE BORDER="0" CELLSPACING="2" CELLPADDING="0" CELLBORDER="0"><TR><TD>I0029: Sobieska, Maria Clementina</TD></TR><TR><TD CELLPADDING="4"><BR/></TD></TR><TR><TD HREF="https://maps.google.com?q=50.94,17.29" ALIGN="LEFT">b. 1702-07-18 Olawa, Silesia (50.94 N, 17.29 E)</TD></TR><TR><TD HREF="https://maps.google.com?q=41.901,12.483" ALIGN="LEFT">d. 1735-01-18 Palazzo del Re, Rome, Italy (41.90 N, 12.48 E)</TD></TR></TABLE>> ];
+   "I0030" [ shape="box" fillcolor="#e0e0ff" style="solid,filled" label=<<TABLE BORDER="0" CELLSPACING="2" CELLPADDING="0" CELLBORDER="0"><TR><TD>I0030: Stuart, Charles Edward (Bonnie Prince Charlie)</TD></TR><TR><TD CELLPADDING="4"><BR/></TD></TR><TR><TD HREF="https://maps.google.com?q=41.899,12.48" ALIGN="LEFT">b. 1720-12-31 Palazzo Muti, Rome, Italy (41.90 N, 12.48 E)</TD></TR><TR><TD HREF="https://maps.google.com?q=41.899,12.48" ALIGN="LEFT">d. 1788-01-31 Palazzo Muti, Rome, Italy (41.90 N, 12.48 E)</TD></TR></TABLE>> ];
+   "I0031" [ shape="box" fillcolor="#e0e0ff" style="solid,filled" label=<<TABLE BORDER="0" CELLSPACING="2" CELLPADDING="0" CELLBORDER="0"><TR><TD>I0031: Stuart, Henry Benedict (Cardinal Duke of York)</TD></TR><TR><TD CELLPADDING="4"><BR/></TD></TR><TR><TD HREF="https://maps.google.com?q=41.899,12.48" ALIGN="LEFT">b. 1725-03-06 Palazzo Muti, Rome, Italy (41.90 N, 12.48 E)</TD></TR><TR><TD HREF="https://maps.google.com?q=41.808,12.68" ALIGN="LEFT">d. 1807-07-13 Frascati, Italy (41.81 N, 12.68 E)</TD></TR></TABLE>> ];
+   "I0034" [ shape="box" fillcolor="#ffe0e0" style="solid,filled" label=<<TABLE BORDER="0" CELLSPACING="2" CELLPADDING="0" CELLBORDER="0"><TR><TD>I0034: of Prussia, Sophia Charlotte</TD></TR><TR><TD CELLPADDING="4"><BR/></TD></TR><TR><TD HREF="https://maps.google.com?q=52.15,8.05" ALIGN="LEFT">b. 1668-10-30 Iburg Castle, Germany (52.15 N, 8.05 E)</TD></TR><TR><TD HREF="https://maps.google.com?q=52.37,9.73" ALIGN="LEFT">d. 1705-02-01 Hanover, Germany (52.37 N, 9.73 E)</TD></TR></TABLE>> ];
+   "I0035" [ shape="box" fillcolor="#ffe0e0" style="solid,filled" label=<<TABLE BORDER="0" CELLSPACING="2" CELLPADDING="0" CELLBORDER="0"><TR><TD>I0035: of Orleans, Marie Louise</TD></TR><TR><TD CELLPADDING="4"><BR/></TD></TR><TR><TD HREF="https://maps.google.com?q=48.8637,2.3376" ALIGN="LEFT">b. 1662-03-26 Palais Royal, Paris, France (48.86 N, 2.34 E)</TD></TR><TR><TD HREF="https://maps.google.com?q=40.4155,-3.714" ALIGN="LEFT">d. 1689-02-12 Alcazar of Madrid, Spain (40.42 N, 3.71 W)</TD></TR></TABLE>> ];
+   "I0036" [ shape="box" fillcolor="#ffe0e0" style="solid,filled" label=<<TABLE BORDER="0" CELLSPACING="2" CELLPADDING="0" CELLBORDER="0"><TR><TD>I0036: of Orleans, Anne Marie</TD></TR><TR><TD CELLPADDING="4"><BR/></TD></TR><TR><TD HREF="https://maps.google.com?q=48.8637,2.3376" ALIGN="LEFT">b. 1669-08-27 Palais Royal, Paris, France (48.86 N, 2.34 E)</TD></TR><TR><TD HREF="https://maps.google.com?q=45.0703,7.6869" ALIGN="LEFT">d. 1728-08-26 Turin, Italy (45.07 N, 7.69 E)</TD></TR></TABLE>> ];
+   "I0037" [ shape="box" fillcolor="#e0e0ff" style="solid,filled" label=<<TABLE BORDER="0" CELLSPACING="2" CELLPADDING="0" CELLBORDER="0"><TR><TD>I0037: Stuart, William (Duke of Gloucester)</TD></TR><TR><TD CELLPADDING="4"><BR/></TD></TR><TR><TD HREF="https://maps.google.com?q=51.4039,-0.34" ALIGN="LEFT">b. 1689-07-24 Hampton Court Palace, England (51.40 N, 0.34 W)</TD></TR><TR><TD HREF="https://maps.google.com?q=51.4839,-0.6044" ALIGN="LEFT">d. 1700-07-30 Windsor Castle, England (51.48 N, 0.60 W)</TD></TR></TABLE>> ];

  "F0001" [ shape="ellipse" fillcolor="#ffffe0" style="solid,filled" label=<<TABLE BORDER="0" CELLSPACING="2" CELLPADDING="0" CELLBORDER="0"><TR><TD HREF="https://maps.google.com?q=59.9139,10.7522"><BR/>1589-11-23<BR/>Oslo, Norway (59.91 N, 10.75 E)<BR/>3 children</TD></TR></TABLE>> ];
  "F0002" [ shape="ellipse" fillcolor="#ffffe0" style="solid,filled" label=<<TABLE BORDER="0" CELLSPACING="2" CELLPADDING="0" CELLBORDER="0"><TR><TD HREF="https://maps.google.com?q=51.5033,-0.1276"><BR/>1613-02-14<BR/>Chapel Royal, Whitehall, London, England (51.50 N, 0.13 W)<BR/>3 children</TD></TR></TABLE>> ];
  "F0003" [ shape="ellipse" fillcolor="#ffffe0" style="solid,filled" label=<<TABLE BORDER="0" CELLSPACING="2" CELLPADDING="0" CELLBORDER="0"><TR><TD HREF="https://maps.google.com?q=51.2802,1.0789"><BR/>1625-06-13<BR/>Canterbury, England (51.28 N, 1.08 E)<BR/>6 children</TD></TR></TABLE>> ];
  "F0004" [ shape="ellipse" fillcolor="#ffffe0" style="solid,filled" label=<<TABLE BORDER="0" CELLSPACING="2" CELLPADDING="0" CELLBORDER="0"><TR><TD HREF="https://maps.google.com?q=49.4093,8.6941"><BR/>1658-10-17<BR/>Heidelberg, Germany (49.41 N, 8.69 E)<BR/>2 children</TD></TR></TABLE>> ];
  "F0005" [ shape="ellipse" fillcolor="#ffffe0" style="solid,filled" label=<<TABLE BORDER="0" CELLSPACING="2" CELLPADDING="0" CELLBORDER="0"><TR><TD HREF="https://maps.google.com?q=50.8058,-1.0872"><BR/>1662-05-21<BR/>Portsmouth, England (50.81 N, 1.09 W)<BR/>0 children</TD></TR></TABLE>> ];
  "F0006" [ shape="ellipse" fillcolor="#ffffe0" style="solid,filled" label=<<TABLE BORDER="0" CELLSPACING="2" CELLPADDING="0" CELLBORDER="0"><TR><TD HREF="https://maps.google.com?q=51.5033,-0.1276"><BR/>1641-05-02<BR/>Whitehall, London, England (51.50 N, 0.13 W)<BR/>1 child</TD></TR></TABLE>> ];
  "F0007" [ shape="ellipse" fillcolor="#ffffe0" style="solid,filled" label=<<TABLE BORDER="0" CELLSPACING="2" CELLPADDING="0" CELLBORDER="0"><TR><TD HREF="https://maps.google.com?q=51.51,-0.11"><BR/>1660-09-03<BR/>Worcester House, London, England (51.51 N, 0.11 W)<BR/>2 children</TD></TR></TABLE>> ];
  "F0008" [ shape="ellipse" fillcolor="#ffffe0" style="solid,filled" label=<<TABLE BORDER="0" CELLSPACING="2" CELLPADDING="0" CELLBORDER="0"><TR><TD HREF="https://maps.google.com?q=51.1279,1.3134"><BR/>1673-11-21<BR/>Dover, England (51.13 N, 1.31 E)<BR/>1 child</TD></TR></TABLE>> ];
  "F0009" [ shape="ellipse" fillcolor="#ffffe0" style="solid,filled" label=<<TABLE BORDER="0" CELLSPACING="2" CELLPADDING="0" CELLBORDER="0"><TR><TD HREF="https://maps.google.com?q=48.8606,2.3376"><BR/>1661-03-31<BR/>Palais du Louvre, Paris, France (48.86 N, 2.34 E)<BR/>2 children</TD></TR></TABLE>> ];
  "F0010" [ shape="ellipse" fillcolor="#ffffe0" style="solid,filled" label=<<TABLE BORDER="0" CELLSPACING="2" CELLPADDING="0" CELLBORDER="0"><TR><TD HREF="https://maps.google.com?q=51.5041,-0.1392"><BR/>1677-11-04<BR/>St James's Palace, London, England (51.50 N, 0.14 W)<BR/>0 children</TD></TR></TABLE>> ];
  "F0011" [ shape="ellipse" fillcolor="#ffffe0" style="solid,filled" label=<<TABLE BORDER="0" CELLSPACING="2" CELLPADDING="0" CELLBORDER="0"><TR><TD HREF="https://maps.google.com?q=51.5041,-0.1392"><BR/>1683-07-28<BR/>St James's Palace, London, England (51.50 N, 0.14 W)<BR/>1 child</TD></TR></TABLE>> ];
  "F0012" [ shape="ellipse" fillcolor="#ffffe0" style="solid,filled" label=<<TABLE BORDER="0" CELLSPACING="2" CELLPADDING="0" CELLBORDER="0"><TR><TD HREF="https://maps.google.com?q=42.541,11.933"><BR/>1719-09-01<BR/>Montefiascone, Italy (42.54 N, 11.93 E)<BR/>2 children</TD></TR></TABLE>> ];

  subgraph cluster_F0001
  {
  style="invis";
  "I0001" -> "F0001" [ arrowhead=normal arrowtail=none dir=both ]; // father: Stuart, James (I of England, VI of Scotland)
  "I0002" -> "F0001" [ arrowhead=normal arrowtail=none dir=both ]; // mother: of Denmark, Anne
  }
-   "F0001" -> "I0003" [ style=solid arrowhead=normal arrowtail=none dir=both ]; // child: Stuart, Henry Frederick (Prince of Wales)
-   "F0001" -> "I0004" [ style=solid arrowhead=normal arrowtail=none dir=both ]; // child: Stuart, Elizabeth (Winter Queen of Bohemia)
-   "F0001" -> "I0006" [ style=solid arrowhead=normal arrowtail=none dir=both ]; // child: Stuart, Charles I
+   "F0001" -> "I0003" [ style=solid arrowhead=normal arrowtail=none dir=both ]; // child: Stuart, Henry Frederick (Prince of Wales), b. 1594-02-19
+   "F0001" -> "I0004" [ style=solid arrowhead=normal arrowtail=none dir=both ]; // child: Stuart, Elizabeth (Winter Queen of Bohemia), b. 1596-08-19
+   "F0001" -> "I0006" [ style=solid arrowhead=normal arrowtail=none dir=both ]; // child: Stuart, Charles I, b. 1600-11-19

  subgraph cluster_F0002
  {
  style="invis";
  "I0005" -> "F0002" [ arrowhead=normal arrowtail=none dir=both ]; // father: of the Palatinate, Frederick V
  "I0004" -> "F0002" [ arrowhead=normal arrowtail=none dir=both ]; // mother: Stuart, Elizabeth (Winter Queen of Bohemia)
  }
-   "F0002" -> "I0008" [ style=solid arrowhead=normal arrowtail=none dir=both ]; // child: of the Palatinate, Charles I Louis
-   "F0002" -> "I0009" [ style=solid arrowhead=normal arrowtail=none dir=both ]; // child: of the Rhine, Rupert
-   "F0002" -> "I0010" [ style=solid arrowhead=normal arrowtail=none dir=both ]; // child: of Hanover, Sophia
+   "F0002" -> "I0008" [ style=solid arrowhead=normal arrowtail=none dir=both ]; // child: of the Palatinate, Charles I Louis, b. 1617-12-22
+   "F0002" -> "I0009" [ style=solid arrowhead=normal arrowtail=none dir=both ]; // child: of the Rhine, Rupert, b. 1619-12-17
+   "F0002" -> "I0010" [ style=solid arrowhead=normal arrowtail=none dir=both ]; // child: of Hanover, Sophia, b. 1630-10-14

  subgraph cluster_F0003
  {
  style="invis";
  "I0006" -> "F0003" [ arrowhead=normal arrowtail=none dir=both ]; // father: Stuart, Charles I
  "I0007" -> "F0003" [ arrowhead=normal arrowtail=none dir=both ]; // mother: of France, Henrietta Maria
  }
-   "F0003" -> "I0012" [ style=solid arrowhead=normal arrowtail=none dir=both ]; // child: Stuart, Charles II
-   "F0003" -> "I0014" [ style=solid arrowhead=normal arrowtail=none dir=both ]; // child: Stuart, Mary (Princess Royal)
-   "F0003" -> "I0016" [ style=solid arrowhead=normal arrowtail=none dir=both ]; // child: Stuart, James II
-   "F0003" -> "I0019" [ style=solid arrowhead=normal arrowtail=none dir=both ]; // child: Stuart, Elizabeth
-   "F0003" -> "I0020" [ style=solid arrowhead=normal arrowtail=none dir=both ]; // child: Stuart, Henry (Duke of Gloucester)
-   "F0003" -> "I0021" [ style=solid arrowhead=normal arrowtail=none dir=both ]; // child: Stuart, Henrietta Anne (Duchess of Orleans)
+   "F0003" -> "I0012" [ style=solid arrowhead=normal arrowtail=none dir=both ]; // child: Stuart, Charles II, b. 1630-05-29
+   "F0003" -> "I0014" [ style=solid arrowhead=normal arrowtail=none dir=both ]; // child: Stuart, Mary (Princess Royal), b. 1631-11-04
+   "F0003" -> "I0016" [ style=solid arrowhead=normal arrowtail=none dir=both ]; // child: Stuart, James II, b. 1633-10-14
+   "F0003" -> "I0019" [ style=solid arrowhead=normal arrowtail=none dir=both ]; // child: Stuart, Elizabeth, b. 1635-12-29
+   "F0003" -> "I0020" [ style=solid arrowhead=normal arrowtail=none dir=both ]; // child: Stuart, Henry (Duke of Gloucester), b. 1640-07-08
+   "F0003" -> "I0021" [ style=solid arrowhead=normal arrowtail=none dir=both ]; // child: Stuart, Henrietta Anne (Duchess of Orleans), b. 1644-06-16

  subgraph cluster_F0004
  {
  style="invis";
  "I0011" -> "F0004" [ arrowhead=normal arrowtail=none dir=both ]; // father: of Hanover, Ernest Augustus
  "I0010" -> "F0004" [ arrowhead=normal arrowtail=none dir=both ]; // mother: of Hanover, Sophia
  }
-   "F0004" -> "I0023" [ style=solid arrowhead=normal arrowtail=none dir=both ]; // child: of Great Britain, George I
-   "F0004" -> "I0034" [ style=solid arrowhead=normal arrowtail=none dir=both ]; // child: of Prussia, Sophia Charlotte
+   "F0004" -> "I0023" [ style=solid arrowhead=normal arrowtail=none dir=both ]; // child: of Great Britain, George I, b. 1660-05-28
+   "F0004" -> "I0034" [ style=solid arrowhead=normal arrowtail=none dir=both ]; // child: of Prussia, Sophia Charlotte, b. 1668-10-30

  subgraph cluster_F0005
  {
  style="invis";
  "I0012" -> "F0005" [ arrowhead=normal arrowtail=none dir=both ]; // father: Stuart, Charles II
  "I0013" -> "F0005" [ arrowhead=normal arrowtail=none dir=both ]; // mother: of Braganza, Catherine
  }

  subgraph cluster_F0006
  {
  style="invis";
  "I0015" -> "F0006" [ arrowhead=normal arrowtail=none dir=both ]; // father: of Orange, William II
  "I0014" -> "F0006" [ arrowhead=normal arrowtail=none dir=both ]; // mother: Stuart, Mary (Princess Royal)
  }
-   "F0006" -> "I0024" [ style=solid arrowhead=normal arrowtail=none dir=both ]; // child: of Orange, William III
+   "F0006" -> "I0024" [ style=solid arrowhead=normal arrowtail=none dir=both ]; // child: of Orange, William III, b. 1650-11-14

  subgraph cluster_F0007
  {
  style="invis";
  "I0016" -> "F0007" [ arrowhead=normal arrowtail=none dir=both ]; // father: Stuart, James II
  "I0017" -> "F0007" [ arrowhead=normal arrowtail=none dir=both ]; // mother: Hyde, Anne
  }
-   "F0007" -> "I0025" [ style=solid arrowhead=normal arrowtail=none dir=both ]; // child: Stuart, Mary II
-   "F0007" -> "I0026" [ style=solid arrowhead=normal arrowtail=none dir=both ]; // child: Stuart, Anne (Queen Anne)
+   "F0007" -> "I0025" [ style=solid arrowhead=normal arrowtail=none dir=both ]; // child: Stuart, Mary II, b. 1662-04-30
+   "F0007" -> "I0026" [ style=solid arrowhead=normal arrowtail=none dir=both ]; // child: Stuart, Anne (Queen Anne), b. 1665-02-06

  subgraph cluster_F0008
  {
  style="invis";
  "I0016" -> "F0008" [ arrowhead=normal arrowtail=none dir=both ]; // father: Stuart, James II
  "I0018" -> "F0008" [ arrowhead=normal arrowtail=none dir=both ]; // mother: of Modena, Mary
  }
-   "F0008" -> "I0028" [ style=solid arrowhead=normal arrowtail=none dir=both ]; // child: Stuart, James Francis Edward (The Old Pretender)
+   "F0008" -> "I0028" [ style=solid arrowhead=normal arrowtail=none dir=both ]; // child: Stuart, James Francis Edward (The Old Pretender), b. 1688-06-10

  subgraph cluster_F0009
  {
  style="invis";
  "I0022" -> "F0009" [ arrowhead=normal arrowtail=none dir=both ]; // father: of Orleans, Philippe I
  "I0021" -> "F0009" [ arrowhead=normal arrowtail=none dir=both ]; // mother: Stuart, Henrietta Anne (Duchess of Orleans)
  }
-   "F0009" -> "I0035" [ style=solid arrowhead=normal arrowtail=none dir=both ]; // child: of Orleans, Marie Louise
-   "F0009" -> "I0036" [ style=solid arrowhead=normal arrowtail=none dir=both ]; // child: of Orleans, Anne Marie
+   "F0009" -> "I0035" [ style=solid arrowhead=normal arrowtail=none dir=both ]; // child: of Orleans, Marie Louise, b. 1662-03-26
+   "F0009" -> "I0036" [ style=solid arrowhead=normal arrowtail=none dir=both ]; // child: of Orleans, Anne Marie, b. 1669-08-27

  subgraph cluster_F0010
  {
  style="invis";
  "I0024" -> "F0010" [ arrowhead=normal arrowtail=none dir=both ]; // father: of Orange, William III
  "I0025" -> "F0010" [ arrowhead=normal arrowtail=none dir=both ]; // mother: Stuart, Mary II
  }

  subgraph cluster_F0011
  {
  style="invis";
  "I0027" -> "F0011" [ arrowhead=normal arrowtail=none dir=both ]; // father: of Denmark, George
  "I0026" -> "F0011" [ arrowhead=normal arrowtail=none dir=both ]; // mother: Stuart, Anne (Queen Anne)
  }
-   "F0011" -> "I0037" [ style=solid arrowhead=normal arrowtail=none dir=both ]; // child: Stuart, William (Duke of Gloucester)
+   "F0011" -> "I0037" [ style=solid arrowhead=normal arrowtail=none dir=both ]; // child: Stuart, William (Duke of Gloucester), b. 1689-07-24

  subgraph cluster_F0012
  {
  style="invis";
  "I0028" -> "F0012" [ arrowhead=normal arrowtail=none dir=both ]; // father: Stuart, James Francis Edward (The Old Pretender)
  "I0029" -> "F0012" [ arrowhead=normal arrowtail=none dir=both ]; // mother: Sobieska, Maria Clementina
  }
-   "F0012" -> "I0030" [ style=solid arrowhead=normal arrowtail=none dir=both ]; // child: Stuart, Charles Edward (Bonnie Prince Charlie)
-   "F0012" -> "I0031" [ style=solid arrowhead=normal arrowtail=none dir=both ]; // child: Stuart, Henry Benedict (Cardinal Duke of York)
+   "F0012" -> "I0030" [ style=solid arrowhead=normal arrowtail=none dir=both ]; // child: Stuart, Charles Edward (Bonnie Prince Charlie), b. 1720-12-31
+   "F0012" -> "I0031" [ style=solid arrowhead=normal arrowtail=none dir=both ]; // child: Stuart, Henry Benedict (Cardinal Duke of York), b. 1725-03-06
}
